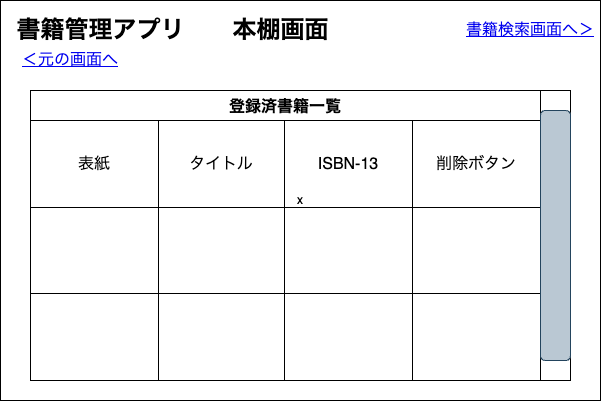
Above: img/BookshelfScreen.drawio.png in 2023AIT-OOP2-G08/GroupWork (draw.io), before the change. Source tidied: cells renumbered, new cells last; positions are measured from the earlier drawing's top-left corner, leaving out a move shared by most shapes.
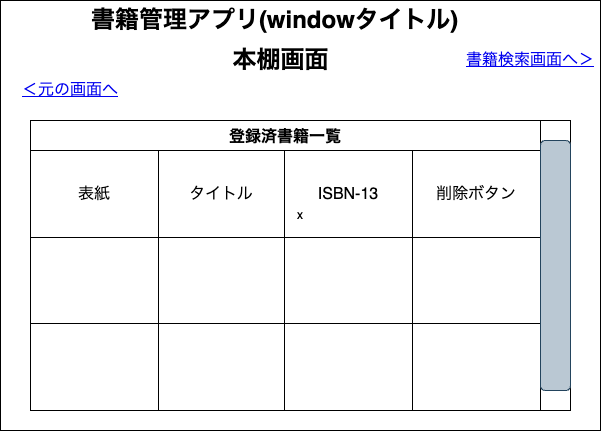
After the change.

The edit, as a diff of the source:
```diff
@@ -3,13 +3,13 @@
     <mxCell id="0" />
     <mxCell id="1" parent="0" />
     <mxCell id="2" value="x" style="rounded=0;whiteSpace=wrap;html=1;" parent="1" vertex="1">
-      <mxGeometry width="600" height="400" as="geometry" />
+      <mxGeometry y="-30" width="600" height="430" as="geometry" />
     </mxCell>
     <mxCell id="3" value="本棚画面" style="text;strokeColor=none;fillColor=none;html=1;fontSize=24;fontStyle=1;verticalAlign=middle;align=center;" parent="1" vertex="1">
       <mxGeometry x="230" y="10" width="100" height="40" as="geometry" />
     </mxCell>
-    <mxCell id="4" value="書籍管理アプリ" style="text;strokeColor=none;fillColor=none;html=1;fontSize=24;fontStyle=1;verticalAlign=middle;align=center;" parent="1" vertex="1">
-      <mxGeometry x="50" y="10" width="100" height="40" as="geometry" />
+    <mxCell id="4" value="書籍管理アプリ(windowタイトル)" style="text;strokeColor=none;fillColor=none;html=1;fontSize=24;fontStyle=1;verticalAlign=middle;align=center;" parent="1" vertex="1">
+      <mxGeometry x="224" y="-30" width="100" height="40" as="geometry" />
     </mxCell>
     <mxCell id="5" value="登録済書籍一覧" style="shape=table;startSize=30;fontStyle=1;align=center;fontSize=16;" parent="1" vertex="1">
       <mxGeometry x="30" y="90" width="510" height="290" as="geometry" />
```
